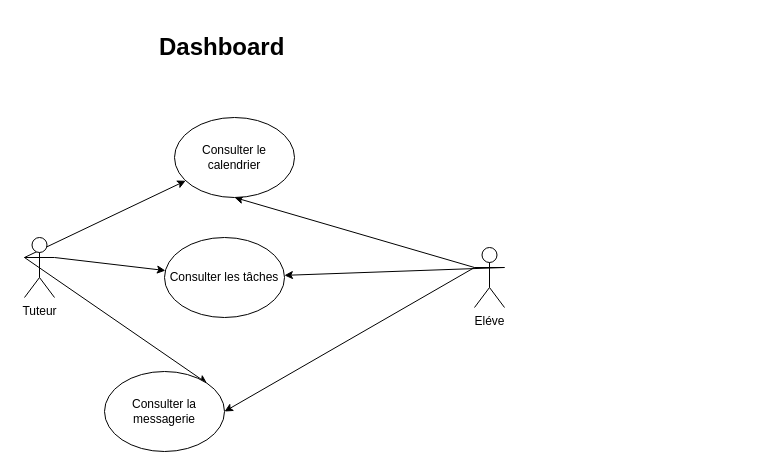
tetyanachouteau/P10LHome keeps this draw.io diagram as page "Dashboard" (2 of 5) of P10Uml.drawio. Above is the earlier version. Source tidied: cells renumbered, new cells numbered last; positions are measured from the earlier drawing's top-left corner, leaving out a move shared by most shapes. Both pictures are drawn from the tidied source at 100%, with x=0, y=0 at pixel (24, 27).
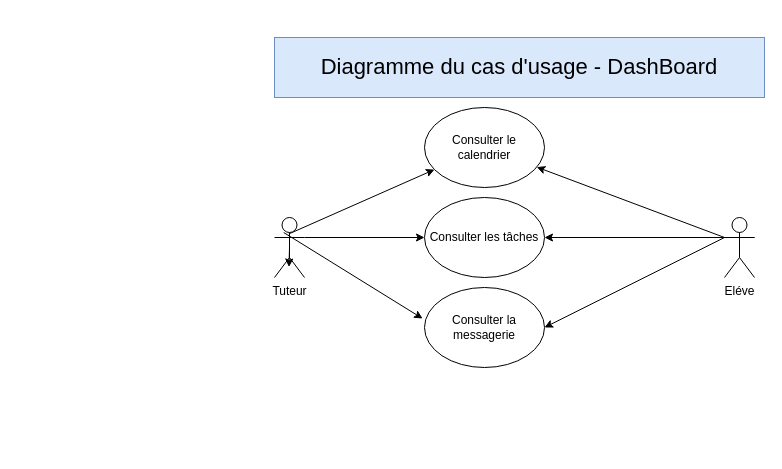
After the change.

The edit, as a diff of the source:
```diff
@@
 <mxGraphModel>
   <root>
     <mxCell id="0" />
     <mxCell id="1" parent="0" />
-    <mxCell id="2" style="edgeStyle=none;rounded=0;jettySize=auto;html=1;exitX=0;exitY=0.3333333333333333;exitDx=0;exitDy=0;exitPerimeter=0;entryX=1;entryY=0;entryDx=0;entryDy=0;" parent="1" edge="1" source="5" target="10">
+    <mxCell id="2" style="edgeStyle=none;rounded=0;jettySize=auto;html=1;exitX=0.306;exitY=0.25;exitDx=0;exitDy=0;exitPerimeter=0;entryX=-0.016;entryY=0.388;entryDx=0;entryDy=0;entryPerimeter=0;" parent="1" edge="1" source="5" target="10">
       <mxGeometry relative="1" as="geometry" />
     </mxCell>
     <mxCell id="3" style="edgeStyle=none;rounded=0;jettySize=auto;html=1;exitX=1;exitY=0.3333333333333333;exitDx=0;exitDy=0;exitPerimeter=0;" parent="1" edge="1" source="5" target="12">
       <mxGeometry relative="1" as="geometry" />
     </mxCell>
-    <mxCell id="4" style="edgeStyle=none;rounded=0;jettySize=auto;html=1;exitX=0;exitY=0.3333333333333333;exitDx=0;exitDy=0;exitPerimeter=0;" parent="1" edge="1" source="5" target="11">
+    <mxCell id="4" style="edgeStyle=none;rounded=0;jettySize=auto;html=1;exitX=0.476;exitY=0.274;exitDx=0;exitDy=0;exitPerimeter=0;" parent="1" edge="1" source="5" target="11">
       <mxGeometry relative="1" as="geometry" />
     </mxCell>
+    <mxCell id="14" style="edgeStyle=orthogonalEdgeStyle;rounded=0;jettySize=auto;html=1;exitX=0.5;exitY=0.5;exitDx=0;exitDy=0;exitPerimeter=0;" parent="1" edge="1" source="5">
+      <mxGeometry relative="1" as="geometry">
+        <mxPoint x="264.5" y="239.5" as="targetPoint" />
+      </mxGeometry>
+    </mxCell>
     <mxCell id="5" value="Tuteur" style="shape=umlActor;verticalLabelPosition=bottom;verticalAlign=top;html=1;outlineConnect=0;" parent="1" vertex="1">
-      <mxGeometry y="210" width="30" height="60" as="geometry" />
+      <mxGeometry x="250" y="190" width="30" height="60" as="geometry" />
     </mxCell>
     <mxCell id="6" style="edgeStyle=none;rounded=0;jettySize=auto;html=1;exitX=0;exitY=0.3333333333333333;exitDx=0;exitDy=0;exitPerimeter=0;entryX=1;entryY=0.5;entryDx=0;entryDy=0;" parent="1" edge="1" source="9" target="10">
       <mxGeometry relative="1" as="geometry" />
     </mxCell>
     <mxCell id="7" style="edgeStyle=none;rounded=0;jettySize=auto;html=1;exitX=1;exitY=0.3333333333333333;exitDx=0;exitDy=0;exitPerimeter=0;" parent="1" edge="1" source="9" target="12">
       <mxGeometry relative="1" as="geometry" />
     </mxCell>
-    <mxCell id="8" style="edgeStyle=none;rounded=0;jettySize=auto;html=1;exitX=0;exitY=0.3333333333333333;exitDx=0;exitDy=0;exitPerimeter=0;entryX=0.5;entryY=1;entryDx=0;entryDy=0;" parent="1" edge="1" source="9" target="11">
-      <mxGeometry relative="1" as="geometry" />
+    <mxCell id="8" style="edgeStyle=none;rounded=0;jettySize=auto;html=1;" parent="1" edge="1" target="11">
+      <mxGeometry relative="1" as="geometry">
+        <mxPoint x="700" y="210" as="sourcePoint" />
+      </mxGeometry>
     </mxCell>
     <mxCell id="9" value="Eléve" style="shape=umlActor;verticalLabelPosition=bottom;verticalAlign=top;html=1;outlineConnect=0;" parent="1" vertex="1">
-      <mxGeometry x="450" y="220" width="30" height="60" as="geometry" />
+      <mxGeometry x="700" y="190" width="30" height="60" as="geometry" />
     </mxCell>
     <mxCell id="10" value="Consulter la messagerie" style="ellipse;whiteSpace=wrap;html=1;" parent="1" vertex="1">
-      <mxGeometry x="80" y="344" width="120" height="80" as="geometry" />
+      <mxGeometry x="400" y="260" width="120" height="80" as="geometry" />
     </mxCell>
     <mxCell id="11" value="Consulter le calendrier" style="ellipse;whiteSpace=wrap;html=1;" parent="1" vertex="1">
-      <mxGeometry x="150" y="90" width="120" height="80" as="geometry" />
+      <mxGeometry x="400" y="80" width="120" height="80" as="geometry" />
     </mxCell>
     <mxCell id="12" value="Consulter les tâches" style="ellipse;whiteSpace=wrap;html=1;" parent="1" vertex="1">
-      <mxGeometry x="140" y="210" width="120" height="80" as="geometry" />
+      <mxGeometry x="400" y="170" width="120" height="80" as="geometry" />
     </mxCell>
-    <mxCell id="13" value="&lt;h1&gt;Dashboard&lt;/h1&gt;" style="text;html=1;strokeColor=none;fillColor=none;spacing=5;spacingTop=-20;whiteSpace=wrap;overflow=hidden;rounded=0;" parent="1" vertex="1">
-      <mxGeometry x="130" width="190" height="120" as="geometry" />
-    </mxCell>
+    <mxCell id="15" value="&lt;font style=&quot;font-size: 22px;&quot;&gt;Diagramme du cas d'usage - DashBoard&lt;/font&gt;" style="rounded=0;whiteSpace=wrap;html=1;fillColor=#dae8fc;strokeColor=#6c8ebf;" parent="1" vertex="1">
+      <mxGeometry x="250" y="10" width="490" height="60" as="geometry" />
+    </mxCell>
   </root>
 </mxGraphModel>
```
